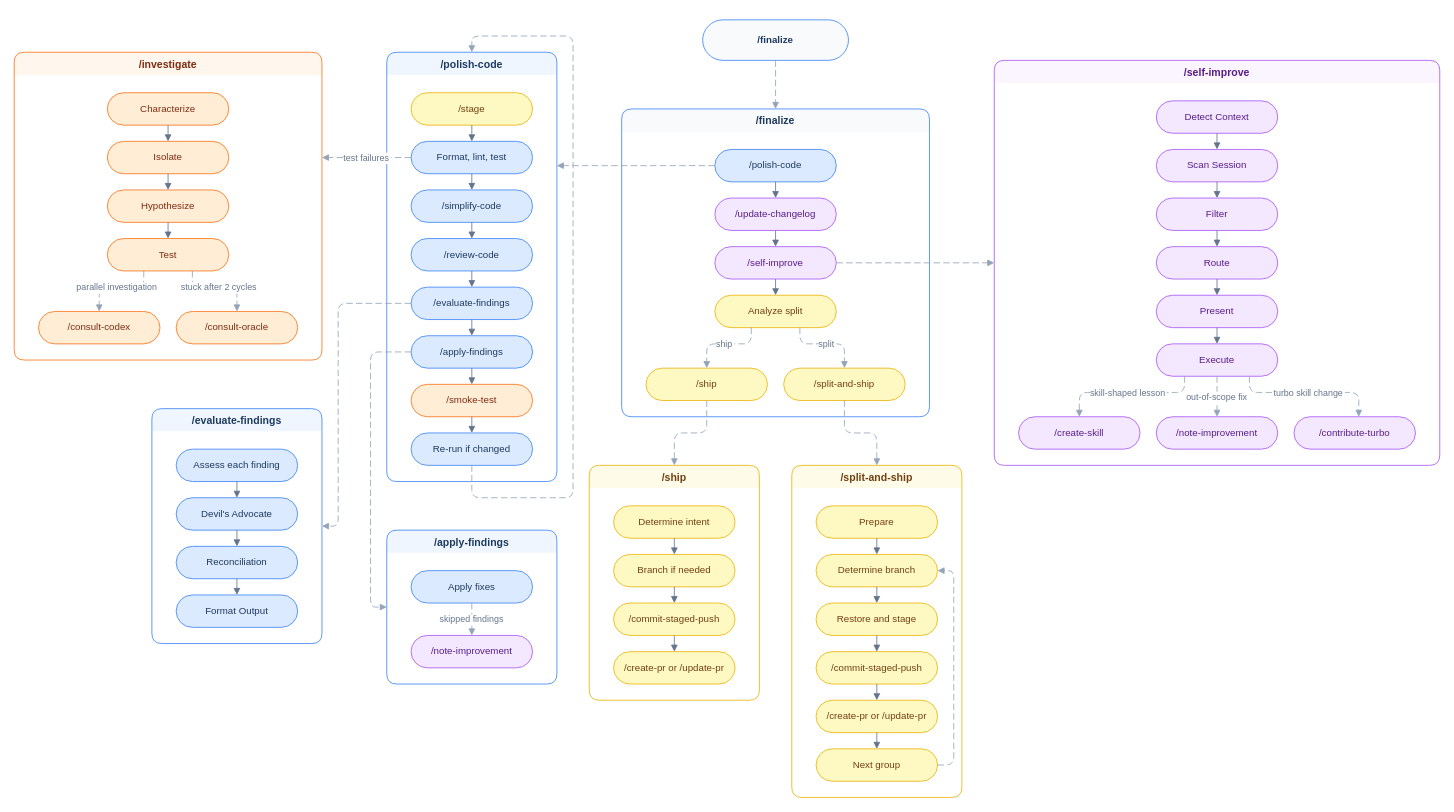
Earlier version of the draw.io diagram assets/how-finalize-connects.drawio (tobihagemann/turbo). Source tidied: cells renumbered, new cells numbered last; positions are measured from the earlier drawing's top-left corner, leaving out a move shared by most shapes. Both pictures are drawn from the tidied source at 81%, with x=0, y=0 at pixel (14, 19).
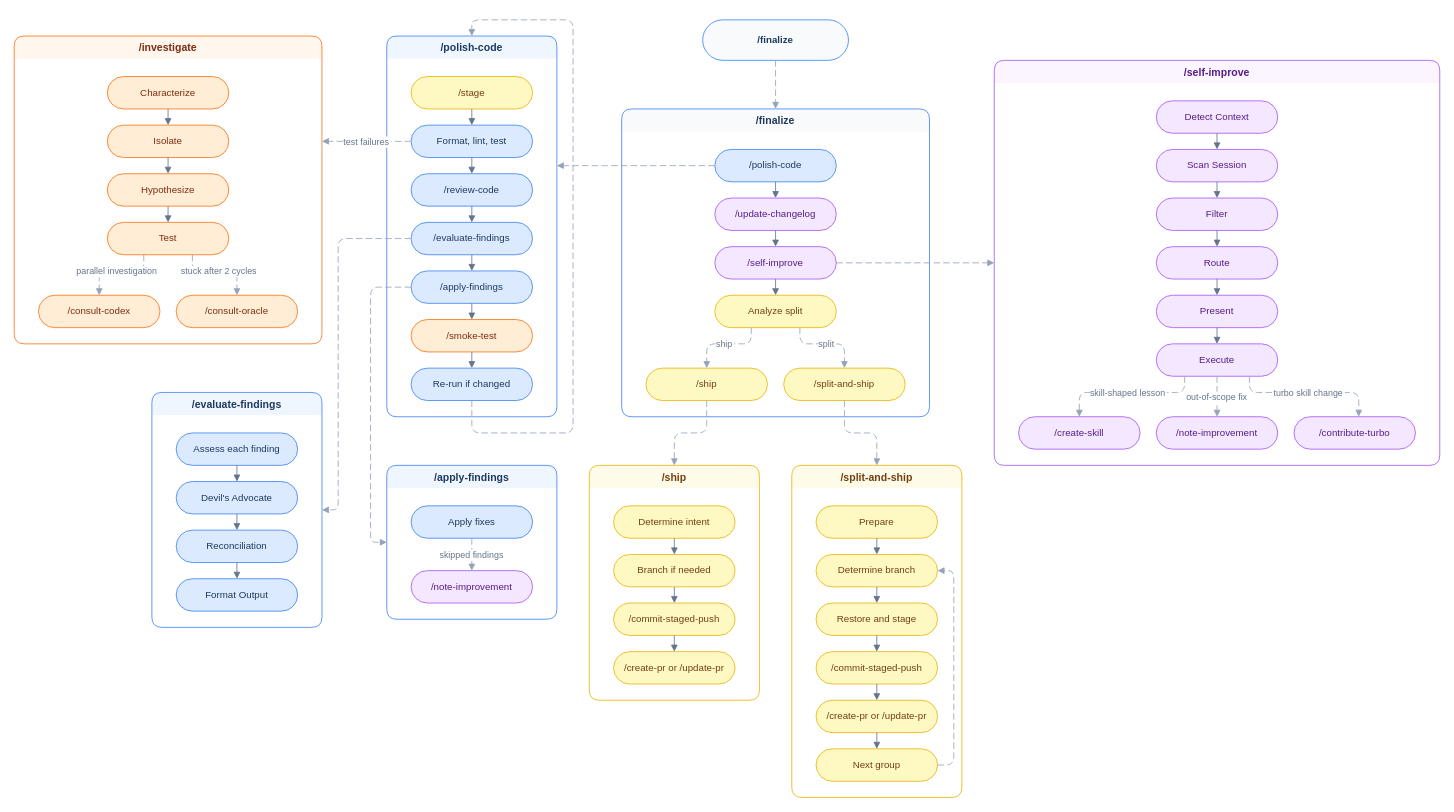
Above is the later version.

Commit message (it also covers changes not shown here):
Rename /review-code quality to consistency and add simplicity type

Unchanged cells that the change refers to:
```xml
<mxCell id="18" value="Format, lint, test" style="rounded=1;whiteSpace=wrap;html=1;arcSize=50;fillColor=#dbeafe;strokeColor=#3b82f6;fontColor=#1e3a5f;fontSize=12;" parent="16" vertex="1">
  <mxGeometry x="30" y="110" width="150" height="40" as="geometry" />
</mxCell>
```

What changed in the source:
```diff
@@
     <mxCell id="16" value="/polish-code" style="swimlane;startSize=28;rounded=1;fillColor=#eff6ff;strokeColor=#3b82f6;fontColor=#1e3a5f;fontStyle=1;fontSize=13;swimlaneLine=0;" parent="1" vertex="1">
-      <mxGeometry x="460" y="40" width="210" height="530" as="geometry" />
+      <mxGeometry x="460" y="20" width="210" height="470" as="geometry" />
     </mxCell>
@@
-    <mxCell id="19" value="/simplify-code" style="rounded=1;whiteSpace=wrap;html=1;arcSize=50;fillColor=#dbeafe;strokeColor=#3b82f6;fontColor=#1e3a5f;fontSize=12;" parent="16" vertex="1">
-      <mxGeometry x="30" y="170" width="150" height="40" as="geometry" />
-    </mxCell>
     <mxCell id="20" value="/review-code" style="rounded=1;whiteSpace=wrap;html=1;arcSize=50;fillColor=#dbeafe;strokeColor=#3b82f6;fontColor=#1e3a5f;fontSize=12;" parent="16" vertex="1">
-      <mxGeometry x="30" y="230" width="150" height="40" as="geometry" />
+      <mxGeometry x="30" y="170" width="150" height="40" as="geometry" />
     </mxCell>
     <mxCell id="21" value="/evaluate-findings" style="rounded=1;whiteSpace=wrap;html=1;arcSize=50;fillColor=#dbeafe;strokeColor=#3b82f6;fontColor=#1e3a5f;fontSize=12;" parent="16" vertex="1">
-      <mxGeometry x="30" y="290" width="150" height="40" as="geometry" />
+      <mxGeometry x="30" y="230" width="150" height="40" as="geometry" />
     </mxCell>
     <mxCell id="22" value="/apply-findings" style="rounded=1;whiteSpace=wrap;html=1;arcSize=50;fillColor=#dbeafe;strokeColor=#3b82f6;fontColor=#1e3a5f;fontSize=12;" parent="16" vertex="1">
-      <mxGeometry x="30" y="350" width="150" height="40" as="geometry" />
+      <mxGeometry x="30" y="290" width="150" height="40" as="geometry" />
     </mxCell>
     <mxCell id="23" value="/smoke-test" style="rounded=1;whiteSpace=wrap;html=1;arcSize=50;fillColor=#ffedd5;strokeColor=#f97316;fontColor=#7c2d12;fontSize=12;" parent="16" vertex="1">
-      <mxGeometry x="30" y="410" width="150" height="40" as="geometry" />
+      <mxGeometry x="30" y="350" width="150" height="40" as="geometry" />
     </mxCell>
     <mxCell id="24" value="Re-run if changed" style="rounded=1;whiteSpace=wrap;html=1;arcSize=50;fillColor=#dbeafe;strokeColor=#3b82f6;fontColor=#1e3a5f;fontSize=12;" parent="16" vertex="1">
-      <mxGeometry x="30" y="470" width="150" height="40" as="geometry" />
+      <mxGeometry x="30" y="410" width="150" height="40" as="geometry" />
     </mxCell>
@@
-    <mxCell id="26" style="endArrow=block;endFill=1;rounded=1;edgeStyle=orthogonalEdgeStyle;strokeColor=#64748b;" parent="16" edge="1" source="18" target="19">
+    <mxCell id="26" style="endArrow=block;endFill=1;rounded=1;edgeStyle=orthogonalEdgeStyle;strokeColor=#64748b;" parent="16" edge="1" source="18" target="20">
       <mxGeometry relative="1" as="geometry" />
     </mxCell>
-    <mxCell id="27" style="endArrow=block;endFill=1;rounded=1;edgeStyle=orthogonalEdgeStyle;strokeColor=#64748b;" parent="16" edge="1" source="19" target="20">
-      <mxGeometry relative="1" as="geometry" />
-    </mxCell>
@@
     <mxCell id="32" style="dashed=1;dashPattern=8 4;endArrow=block;endFill=1;rounded=1;edgeStyle=orthogonalEdgeStyle;strokeColor=#94a3b8;fontSize=11;fontColor=#64748b;" parent="16" edge="1" source="24" target="16">
       <mxGeometry relative="1" as="geometry">
         <Array as="points">
-          <mxPoint x="105" y="550" />
-          <mxPoint x="230" y="550" />
+          <mxPoint x="105" y="490" />
+          <mxPoint x="230" y="490" />
           <mxPoint x="230" y="-20" />
           <mxPoint x="105" y="-20" />
         </Array>
       </mxGeometry>
     </mxCell>
@@
     <mxCell id="51" value="/evaluate-findings" style="swimlane;startSize=28;rounded=1;fillColor=#eff6ff;strokeColor=#3b82f6;fontColor=#1e3a5f;fontStyle=1;fontSize=13;swimlaneLine=0;" parent="1" vertex="1">
-      <mxGeometry x="170" y="480" width="210" height="290" as="geometry" />
+      <mxGeometry x="170" y="460" width="210" height="290" as="geometry" />
     </mxCell>
@@
     <mxCell id="59" value="/apply-findings" style="swimlane;startSize=28;rounded=1;fillColor=#eff6ff;strokeColor=#3b82f6;fontColor=#1e3a5f;fontStyle=1;fontSize=13;swimlaneLine=0;" parent="1" vertex="1">
-      <mxGeometry x="460" y="630" width="210" height="190" as="geometry" />
+      <mxGeometry x="460" y="550" width="210" height="190" as="geometry" />
     </mxCell>
@@
     <mxCell id="63" value="/investigate" style="swimlane;startSize=28;rounded=1;fillColor=#fff7ed;strokeColor=#f97316;fontColor=#7c2d12;fontStyle=1;fontSize=13;swimlaneLine=0;" parent="1" vertex="1">
-      <mxGeometry y="40" width="380" height="380" as="geometry" />
+      <mxGeometry y="20" width="380" height="380" as="geometry" />
     </mxCell>
@@
     <mxCell id="101" style="dashed=1;dashPattern=8 4;endArrow=block;endFill=1;rounded=1;edgeStyle=orthogonalEdgeStyle;strokeColor=#94a3b8;fontSize=11;fontColor=#64748b;" parent="1" edge="1" source="21" target="51">
       <mxGeometry relative="1" as="geometry">
         <Array as="points">
-          <mxPoint x="400" y="350" />
-          <mxPoint x="400" y="625" />
+          <mxPoint x="400" y="270" />
+          <mxPoint x="400" y="605" />
         </Array>
       </mxGeometry>
     </mxCell>
     <mxCell id="102" style="dashed=1;dashPattern=8 4;endArrow=block;endFill=1;rounded=1;edgeStyle=orthogonalEdgeStyle;strokeColor=#94a3b8;fontSize=11;fontColor=#64748b;" parent="1" edge="1" source="22" target="59">
       <mxGeometry relative="1" as="geometry">
         <Array as="points">
-          <mxPoint x="440" y="410" />
-          <mxPoint x="440" y="725" />
+          <mxPoint x="440" y="330" />
+          <mxPoint x="440" y="645" />
         </Array>
       </mxGeometry>
     </mxCell>
```
